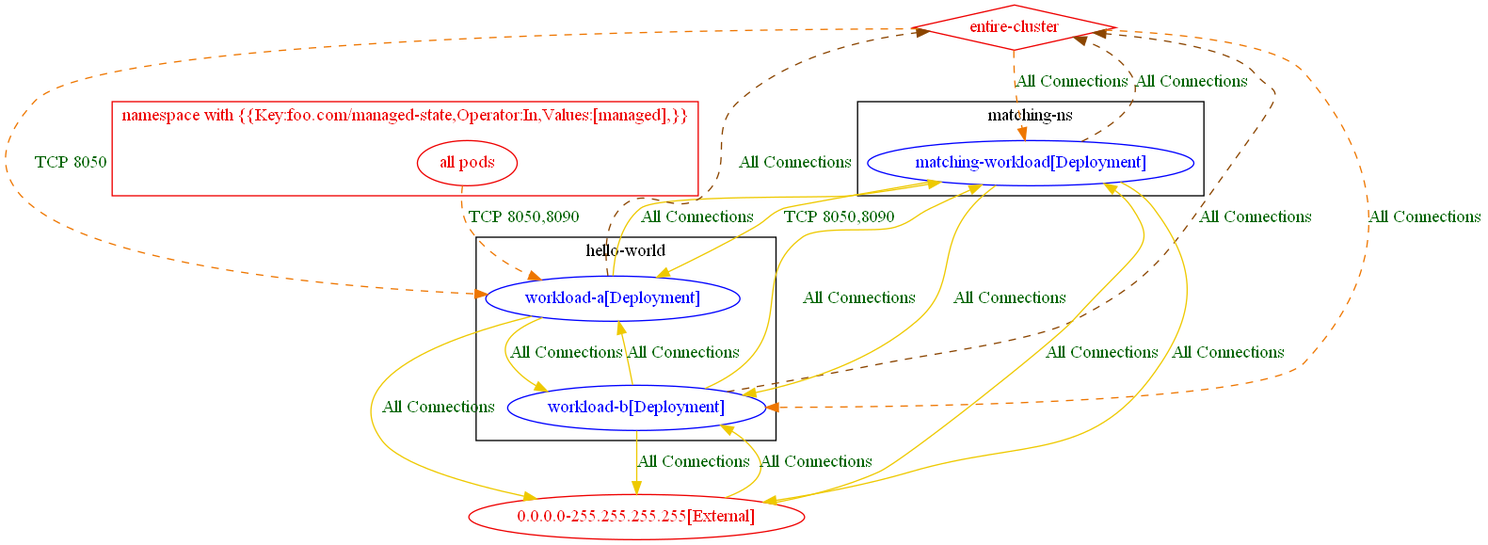
Above: test_outputs/connlist/exposure_to_new_namespace_conn_and_entire_cluster_with_matching_pod_exposure_output.dot.png in np-guard/netpol-analyzer (Graphviz), before the change. Its source is kept beside it as test_outputs/connlist/exposure_to_new_namespace_conn_and_entire_cluster_with_matching_pod_exposure_output.dot. Source of this version:
```dot
digraph {
	subgraph "cluster_hello_world" {
		color="black"
		fontcolor="black"
		"hello-world/workload-a[Deployment]" [label="workload-a[Deployment]" color="blue" fontcolor="blue"]
		"hello-world/workload-b[Deployment]" [label="workload-b[Deployment]" color="blue" fontcolor="blue"]
		label="hello-world"
	}
	subgraph "cluster_matching_ns" {
		color="black"
		fontcolor="black"
		"matching-ns/matching-workload[Deployment]" [label="matching-workload[Deployment]" color="blue" fontcolor="blue"]
		label="matching-ns"
	}
	subgraph "cluster_namespace with {{Key:foo.com/managed_state,Operator:In,Values:[managed],}}" {
		color="red2"
		fontcolor="red2"
		"all pods_in_namespace with {{Key:foo.com/managed-state,Operator:In,Values:[managed],}}" [label="all pods" color="red2" fontcolor="red2"]
		label="namespace with {{Key:foo.com/managed-state,Operator:In,Values:[managed],}}"
	}
	"0.0.0.0-255.255.255.255[External]" [label="0.0.0.0-255.255.255.255[External]" color="red2" fontcolor="red2"]
	"entire-cluster" [label="entire-cluster" color="red2" fontcolor="red2" shape=diamond]
	"0.0.0.0-255.255.255.255[External]" -> "hello-world/workload-b[Deployment]" [label="All Connections" color="gold2" fontcolor="darkgreen" weight=0.5]
	"0.0.0.0-255.255.255.255[External]" -> "matching-ns/matching-workload[Deployment]" [label="All Connections" color="gold2" fontcolor="darkgreen" weight=0.5]
	"all pods_in_namespace with {{Key:foo.com/managed-state,Operator:In,Values:[managed],}}" -> "hello-world/workload-a[Deployment]" [label="TCP 8050,8090" color="darkorange2" fontcolor="darkgreen" weight=1 style=dashed]
	"entire-cluster" -> "hello-world/workload-a[Deployment]" [label="TCP 8050" color="darkorange2" fontcolor="darkgreen" weight=1 style=dashed]
	"entire-cluster" -> "hello-world/workload-b[Deployment]" [label="All Connections" color="darkorange2" fontcolor="darkgreen" weight=1 style=dashed]
	"entire-cluster" -> "matching-ns/matching-workload[Deployment]" [label="All Connections" color="darkorange2" fontcolor="darkgreen" weight=1 style=dashed]
	"hello-world/workload-a[Deployment]" -> "0.0.0.0-255.255.255.255[External]" [label="All Connections" color="gold2" fontcolor="darkgreen" weight=1]
	"hello-world/workload-a[Deployment]" -> "entire-cluster" [label="All Connections" color="darkorange4" fontcolor="darkgreen" weight=0.5 style=dashed]
	"hello-world/workload-a[Deployment]" -> "hello-world/workload-b[Deployment]" [label="All Connections" color="gold2" fontcolor="darkgreen" weight=0.5]
	"hello-world/workload-a[Deployment]" -> "matching-ns/matching-workload[Deployment]" [label="All Connections" color="gold2" fontcolor="darkgreen" weight=0.5]
	"hello-world/workload-b[Deployment]" -> "0.0.0.0-255.255.255.255[External]" [label="All Connections" color="gold2" fontcolor="darkgreen" weight=1]
	"hello-world/workload-b[Deployment]" -> "entire-cluster" [label="All Connections" color="darkorange4" fontcolor="darkgreen" weight=0.5 style=dashed]
	"hello-world/workload-b[Deployment]" -> "hello-world/workload-a[Deployment]" [label="All Connections" color="gold2" fontcolor="darkgreen" weight=1]
	"hello-world/workload-b[Deployment]" -> "matching-ns/matching-workload[Deployment]" [label="All Connections" color="gold2" fontcolor="darkgreen" weight=0.5]
	"matching-ns/matching-workload[Deployment]" -> "0.0.0.0-255.255.255.255[External]" [label="All Connections" color="gold2" fontcolor="darkgreen" weight=1]
	"matching-ns/matching-workload[Deployment]" -> "entire-cluster" [label="All Connections" color="darkorange4" fontcolor="darkgreen" weight=0.5 style=dashed]
	"matching-ns/matching-workload[Deployment]" -> "hello-world/workload-a[Deployment]" [label="TCP 8050,8090" color="gold2" fontcolor="darkgreen" weight=1]
	"matching-ns/matching-workload[Deployment]" -> "hello-world/workload-b[Deployment]" [label="All Connections" color="gold2" fontcolor="darkgreen" weight=1]
}
```
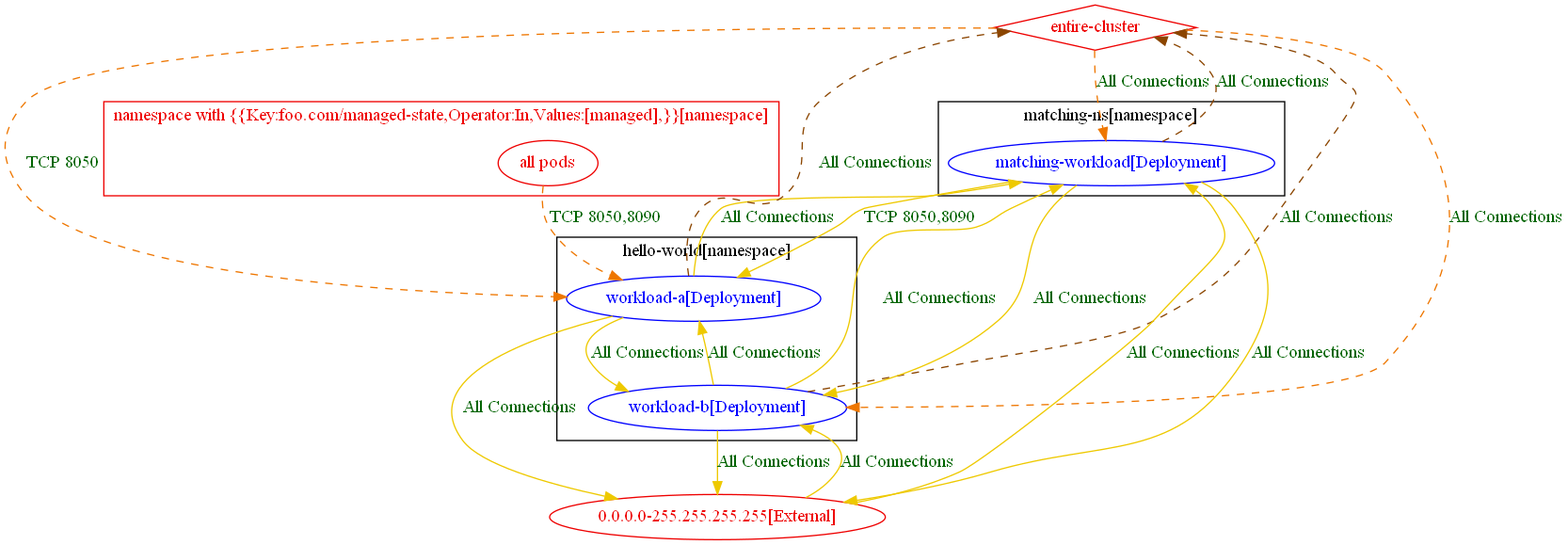
Above is the later version.

The edit, as a diff of the source:
```diff
@@ -1,22 +1,22 @@
 digraph {
-	subgraph "cluster_hello_world" {
+	subgraph "cluster_hello_world[namespace]" {
 		color="black"
 		fontcolor="black"
 		"hello-world/workload-a[Deployment]" [label="workload-a[Deployment]" color="blue" fontcolor="blue"]
 		"hello-world/workload-b[Deployment]" [label="workload-b[Deployment]" color="blue" fontcolor="blue"]
-		label="hello-world"
+		label="hello-world[namespace]"
 	}
-	subgraph "cluster_matching_ns" {
+	subgraph "cluster_matching_ns[namespace]" {
 		color="black"
 		fontcolor="black"
 		"matching-ns/matching-workload[Deployment]" [label="matching-workload[Deployment]" color="blue" fontcolor="blue"]
-		label="matching-ns"
+		label="matching-ns[namespace]"
 	}
-	subgraph "cluster_namespace with {{Key:foo.com/managed_state,Operator:In,Values:[managed],}}" {
+	subgraph "cluster_namespace with {{Key:foo.com/managed_state,Operator:In,Values:[managed],}}[namespace]" {
 		color="red2"
 		fontcolor="red2"
 		"all pods_in_namespace with {{Key:foo.com/managed-state,Operator:In,Values:[managed],}}" [label="all pods" color="red2" fontcolor="red2"]
-		label="namespace with {{Key:foo.com/managed-state,Operator:In,Values:[managed],}}"
+		label="namespace with {{Key:foo.com/managed-state,Operator:In,Values:[managed],}}[namespace]"
 	}
 	"0.0.0.0-255.255.255.255[External]" [label="0.0.0.0-255.255.255.255[External]" color="red2" fontcolor="red2"]
 	"entire-cluster" [label="entire-cluster" color="red2" fontcolor="red2" shape=diamond]
```
